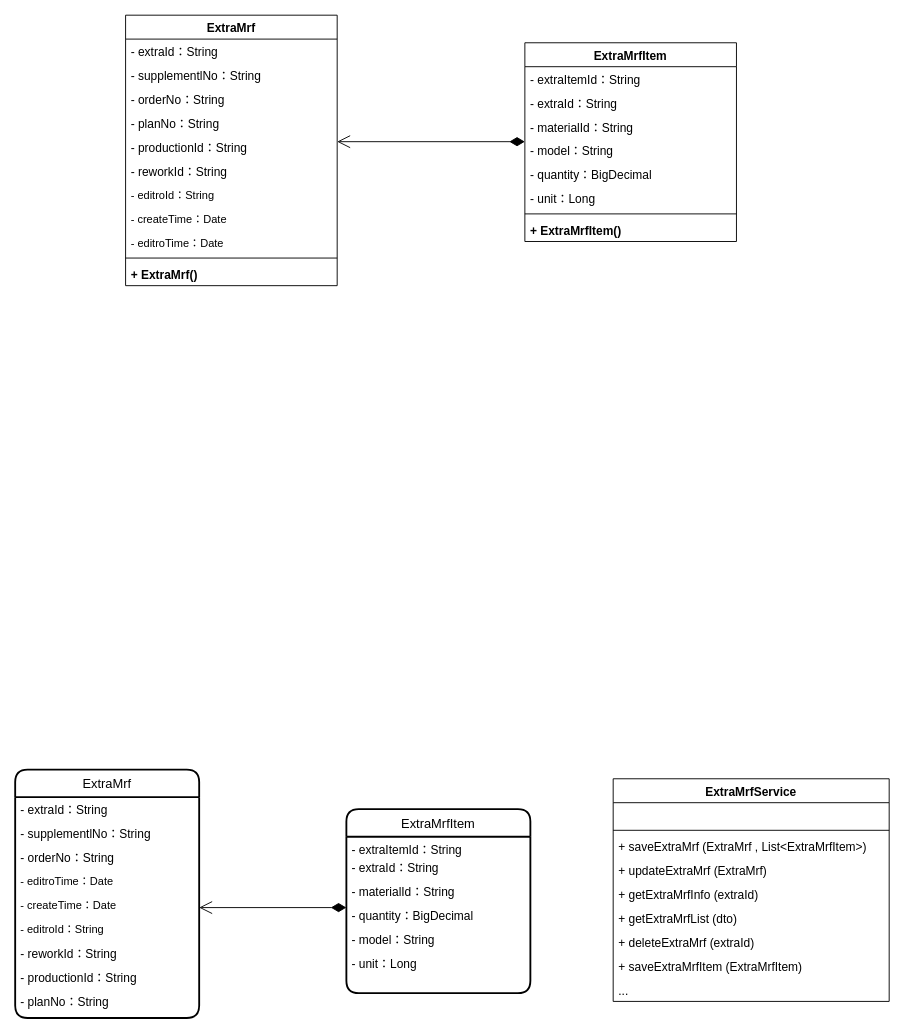
This is page "补料单" (4 of 4) of 类图.drawio from KNAI-I/test, a draw.io file, before an edit. Source tidied: cells renumbered, new cells numbered last; positions are measured from the earlier drawing's top-left corner, leaving out a move shared by most shapes. Both pictures are drawn from the tidied source at 92%, with x=0, y=0 at pixel (15, 15).
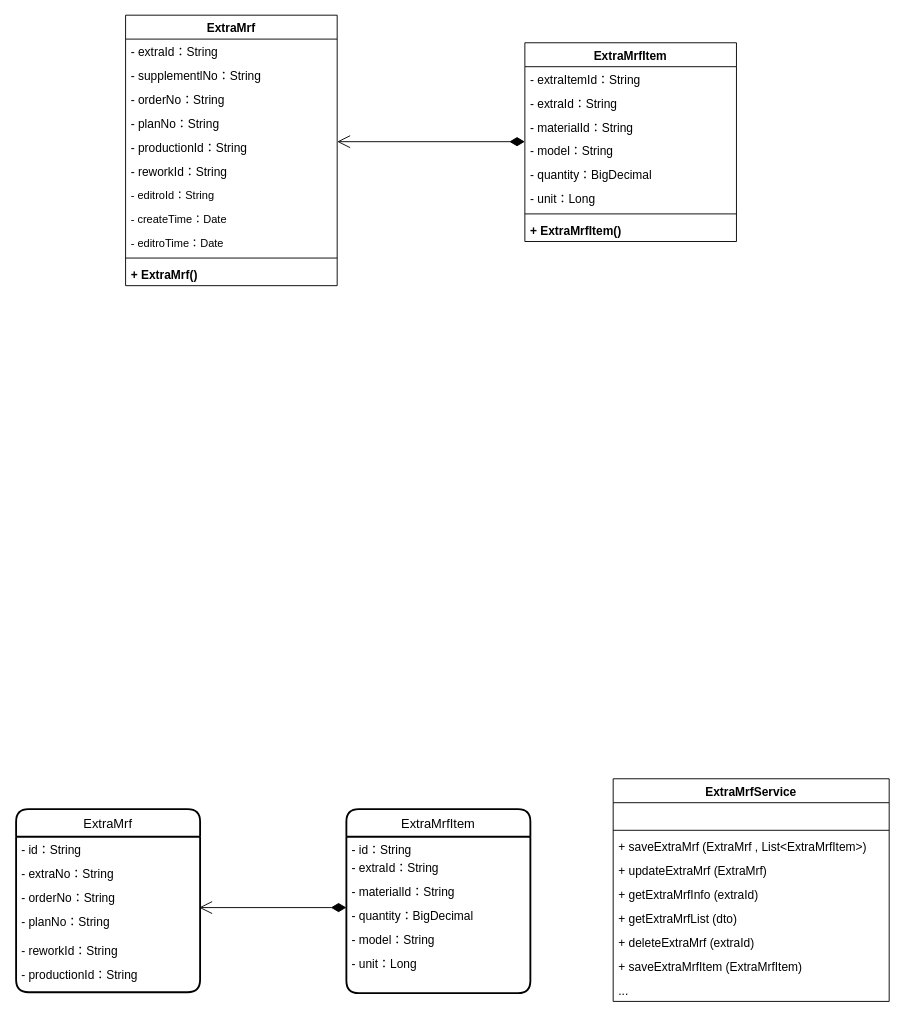
The same diagram, later.

Unchanged cells that the change refers to:
```xml
<mxCell id="34" value="ExtraMrfItem" style="swimlane;horizontal=1;startSize=30;rounded=1;fontSize=14;fontStyle=0;strokeWidth=2;shadow=0;dashed=0;align=center;" parent="1" vertex="1">
  <mxGeometry x="360" y="863" width="200" height="200" as="geometry" />
</mxCell>
```

What changed in the source:
```diff
@@
     <mxCell id="24" value="ExtraMrf" style="swimlane;horizontal=1;startSize=30;rounded=1;fontSize=14;fontStyle=0;strokeWidth=2;shadow=0;dashed=0;align=center;" parent="1" vertex="1">
-      <mxGeometry y="820" width="200" height="270" as="geometry" />
+      <mxGeometry x="1" y="863" width="200" height="199" as="geometry" />
     </mxCell>
-    <mxCell id="25" value="- extraId：String" style="text;strokeColor=none;fillColor=none;align=left;verticalAlign=top;spacingLeft=4;spacingRight=4;overflow=hidden;fontSize=13;" parent="24" vertex="1">
+    <mxCell id="25" value="- id：String" style="text;strokeColor=none;fillColor=none;align=left;verticalAlign=top;spacingLeft=4;spacingRight=4;overflow=hidden;fontSize=13;" parent="24" vertex="1">
       <mxGeometry y="30" width="200" height="26" as="geometry" />
     </mxCell>
-    <mxCell id="26" value="- supplementlNo：String" style="text;strokeColor=none;fillColor=none;align=left;verticalAlign=top;spacingLeft=4;spacingRight=4;overflow=hidden;fontSize=13;" parent="24" vertex="1">
+    <mxCell id="26" value="- extraNo：String" style="text;strokeColor=none;fillColor=none;align=left;verticalAlign=top;spacingLeft=4;spacingRight=4;overflow=hidden;fontSize=13;" parent="24" vertex="1">
       <mxGeometry y="56" width="200" height="26" as="geometry" />
     </mxCell>
@@
-    <mxCell id="28" value="- editroTime：Date" style="text;strokeColor=none;fillColor=none;align=left;verticalAlign=top;spacingLeft=4;spacingRight=4;overflow=hidden;" parent="24" vertex="1">
-      <mxGeometry y="108" width="200" height="26" as="geometry" />
-    </mxCell>
-    <mxCell id="29" value="- createTime：Date" style="text;strokeColor=none;fillColor=none;align=left;verticalAlign=top;spacingLeft=4;spacingRight=4;overflow=hidden;" parent="24" vertex="1">
-      <mxGeometry y="134" width="200" height="26" as="geometry" />
-    </mxCell>
-    <mxCell id="30" value="- editroId：String" style="text;strokeColor=none;fillColor=none;align=left;verticalAlign=top;spacingLeft=4;spacingRight=4;overflow=hidden;" parent="24" vertex="1">
-      <mxGeometry y="160" width="200" height="26" as="geometry" />
-    </mxCell>
+    <mxCell id="33" value="- planNo：String" style="text;strokeColor=none;fillColor=none;align=left;verticalAlign=top;spacingLeft=4;spacingRight=4;overflow=hidden;fontSize=13;" parent="24" vertex="1">
+      <mxGeometry y="108" width="200" height="32" as="geometry" />
+    </mxCell>
     <mxCell id="31" value="- reworkId：String" style="text;strokeColor=none;fillColor=none;align=left;verticalAlign=top;spacingLeft=4;spacingRight=4;overflow=hidden;fontSize=13;" parent="24" vertex="1">
-      <mxGeometry y="186" width="200" height="26" as="geometry" />
+      <mxGeometry y="140" width="200" height="26" as="geometry" />
     </mxCell>
     <mxCell id="32" value="- productionId：String" style="text;strokeColor=none;fillColor=none;align=left;verticalAlign=top;spacingLeft=4;spacingRight=4;overflow=hidden;fontSize=13;" parent="24" vertex="1">
-      <mxGeometry y="212" width="200" height="26" as="geometry" />
+      <mxGeometry y="166" width="200" height="33" as="geometry" />
     </mxCell>
-    <mxCell id="33" value="- planNo：String" style="text;strokeColor=none;fillColor=none;align=left;verticalAlign=top;spacingLeft=4;spacingRight=4;overflow=hidden;fontSize=13;" parent="24" vertex="1">
-      <mxGeometry y="238" width="200" height="32" as="geometry" />
-    </mxCell>
@@
-    <mxCell id="35" value="- extraItemId：String" style="text;strokeColor=none;fillColor=none;align=left;verticalAlign=top;spacingLeft=4;spacingRight=4;overflow=hidden;fontSize=13;" parent="34" vertex="1">
+    <mxCell id="35" value="- id：String" style="text;strokeColor=none;fillColor=none;align=left;verticalAlign=top;spacingLeft=4;spacingRight=4;overflow=hidden;fontSize=13;" parent="34" vertex="1">
       <mxGeometry y="30" width="200" height="20" as="geometry" />
     </mxCell>
```
